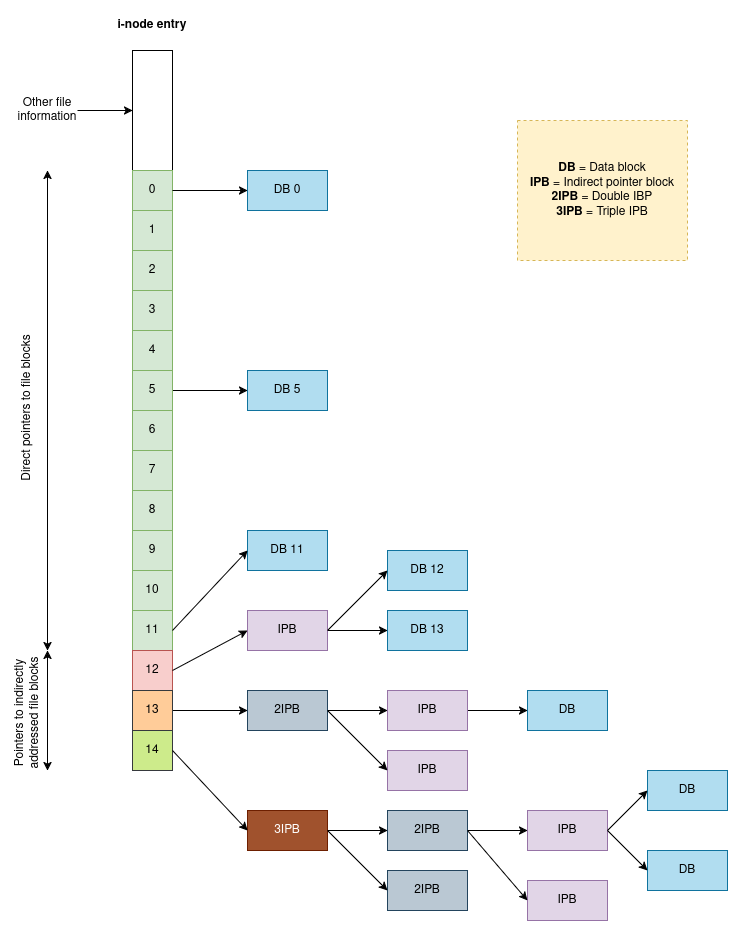
Above: docs/assets/etx2.drawio.png in da0p/GithubPage (draw.io), before the change. Source tidied: cells renumbered, new cells last; positions are measured from the earlier drawing's top-left corner, leaving out a move shared by most shapes. Source of this version:
```xml
<mxGraphModel>
  <root>
    <mxCell id="0" />
    <mxCell id="1" parent="0" />
    <mxCell id="2" style="rounded=0;whiteSpace=wrap;html=1;" parent="1" vertex="1">
      <mxGeometry x="185" y="40" width="40" height="120" as="geometry" />
    </mxCell>
    <mxCell id="3" value="&lt;b&gt;i-node entry&lt;/b&gt;" style="text;html=1;align=center;verticalAlign=middle;whiteSpace=wrap;rounded=0;" parent="1" vertex="1">
      <mxGeometry x="160" width="90" height="30" as="geometry" />
    </mxCell>
    <mxCell id="4" style="edgeStyle=orthogonalEdgeStyle;rounded=0;jettySize=auto;html=1;entryX=0;entryY=0.5;entryDx=0;entryDy=0;" parent="1" edge="1" source="5" target="2">
      <mxGeometry relative="1" as="geometry" />
    </mxCell>
    <mxCell id="5" value="Other file information" style="text;html=1;align=center;verticalAlign=middle;whiteSpace=wrap;rounded=0;" parent="1" vertex="1">
      <mxGeometry x="70" y="85" width="60" height="30" as="geometry" />
    </mxCell>
    <mxCell id="6" value="0" style="rounded=0;whiteSpace=wrap;html=1;fillColor=#d5e8d4;strokeColor=#82b366;" parent="1" vertex="1">
      <mxGeometry x="185" y="160" width="40" height="40" as="geometry" />
    </mxCell>
    <mxCell id="7" value="1" style="rounded=0;whiteSpace=wrap;html=1;fillColor=#d5e8d4;strokeColor=#82b366;" parent="1" vertex="1">
      <mxGeometry x="185" y="200" width="40" height="40" as="geometry" />
    </mxCell>
    <mxCell id="8" value="2" style="rounded=0;whiteSpace=wrap;html=1;fillColor=#d5e8d4;strokeColor=#82b366;" parent="1" vertex="1">
      <mxGeometry x="185" y="240" width="40" height="40" as="geometry" />
    </mxCell>
    <mxCell id="9" value="3" style="rounded=0;whiteSpace=wrap;html=1;fillColor=#d5e8d4;strokeColor=#82b366;" parent="1" vertex="1">
      <mxGeometry x="185" y="280" width="40" height="40" as="geometry" />
    </mxCell>
    <mxCell id="10" value="4" style="rounded=0;whiteSpace=wrap;html=1;fillColor=#d5e8d4;strokeColor=#82b366;" parent="1" vertex="1">
      <mxGeometry x="185" y="320" width="40" height="40" as="geometry" />
    </mxCell>
    <mxCell id="11" style="edgeStyle=orthogonalEdgeStyle;rounded=0;jettySize=auto;html=1;exitX=1;exitY=0.5;exitDx=0;exitDy=0;entryX=0;entryY=0.5;entryDx=0;entryDy=0;" parent="1" edge="1" source="12" target="24">
      <mxGeometry relative="1" as="geometry" />
    </mxCell>
    <mxCell id="12" value="5" style="rounded=0;whiteSpace=wrap;html=1;fillColor=#d5e8d4;strokeColor=#82b366;" parent="1" vertex="1">
      <mxGeometry x="185" y="360" width="40" height="40" as="geometry" />
    </mxCell>
    <mxCell id="13" value="6" style="rounded=0;whiteSpace=wrap;html=1;fillColor=#d5e8d4;strokeColor=#82b366;" parent="1" vertex="1">
      <mxGeometry x="185" y="400" width="40" height="40" as="geometry" />
    </mxCell>
    <mxCell id="14" value="7" style="rounded=0;whiteSpace=wrap;html=1;fillColor=#d5e8d4;strokeColor=#82b366;" parent="1" vertex="1">
      <mxGeometry x="185" y="440" width="40" height="40" as="geometry" />
    </mxCell>
    <mxCell id="15" value="8" style="rounded=0;whiteSpace=wrap;html=1;fillColor=#d5e8d4;strokeColor=#82b366;" parent="1" vertex="1">
      <mxGeometry x="185" y="480" width="40" height="40" as="geometry" />
    </mxCell>
    <mxCell id="16" value="9" style="rounded=0;whiteSpace=wrap;html=1;fillColor=#d5e8d4;strokeColor=#82b366;" parent="1" vertex="1">
      <mxGeometry x="185" y="520" width="40" height="40" as="geometry" />
    </mxCell>
    <mxCell id="17" value="10" style="rounded=0;whiteSpace=wrap;html=1;fillColor=#d5e8d4;strokeColor=#82b366;" parent="1" vertex="1">
      <mxGeometry x="185" y="560" width="40" height="40" as="geometry" />
    </mxCell>
    <mxCell id="18" value="11" style="rounded=0;whiteSpace=wrap;html=1;fillColor=#d5e8d4;strokeColor=#82b366;" parent="1" vertex="1">
      <mxGeometry x="185" y="600" width="40" height="40" as="geometry" />
    </mxCell>
    <mxCell id="19" value="12" style="rounded=0;whiteSpace=wrap;html=1;fillColor=#f8cecc;strokeColor=#b85450;" parent="1" vertex="1">
      <mxGeometry x="185" y="640" width="40" height="40" as="geometry" />
    </mxCell>
    <mxCell id="20" style="edgeStyle=orthogonalEdgeStyle;rounded=0;jettySize=auto;html=1;exitX=1;exitY=0.5;exitDx=0;exitDy=0;entryX=0;entryY=0.5;entryDx=0;entryDy=0;" parent="1" edge="1" source="21" target="39">
      <mxGeometry relative="1" as="geometry" />
    </mxCell>
    <mxCell id="21" value="13" style="rounded=0;whiteSpace=wrap;html=1;fillColor=#ffcc99;strokeColor=#36393d;" parent="1" vertex="1">
      <mxGeometry x="185" y="680" width="40" height="40" as="geometry" />
    </mxCell>
    <mxCell id="22" value="14" style="rounded=0;whiteSpace=wrap;html=1;fillColor=#cdeb8b;strokeColor=#36393d;" parent="1" vertex="1">
      <mxGeometry x="185" y="720" width="40" height="40" as="geometry" />
    </mxCell>
    <mxCell id="23" value="DB 0" style="rounded=0;whiteSpace=wrap;html=1;fillColor=#b1ddf0;strokeColor=#10739e;" parent="1" vertex="1">
      <mxGeometry x="300" y="160" width="80" height="40" as="geometry" />
    </mxCell>
    <mxCell id="24" value="DB 5" style="rounded=0;whiteSpace=wrap;html=1;fillColor=#b1ddf0;strokeColor=#10739e;" parent="1" vertex="1">
      <mxGeometry x="300" y="360" width="80" height="40" as="geometry" />
    </mxCell>
    <mxCell id="25" value="DB 11" style="rounded=0;whiteSpace=wrap;html=1;fillColor=#b1ddf0;strokeColor=#10739e;" parent="1" vertex="1">
      <mxGeometry x="300" y="520" width="80" height="40" as="geometry" />
    </mxCell>
    <mxCell id="26" style="endArrow=classic;html=1;rounded=0;exitX=1;exitY=0.5;exitDx=0;exitDy=0;entryX=0;entryY=0.5;entryDx=0;entryDy=0;" parent="1" edge="1" source="6" target="23">
      <mxGeometry relative="1" as="geometry" />
    </mxCell>
    <mxCell id="27" style="endArrow=classic;html=1;rounded=0;exitX=1;exitY=0.5;exitDx=0;exitDy=0;entryX=0;entryY=0.5;entryDx=0;entryDy=0;" parent="1" edge="1" source="18" target="25">
      <mxGeometry relative="1" as="geometry" />
    </mxCell>
    <mxCell id="28" style="endArrow=classic;startArrow=classic;html=1;rounded=0;" parent="1" edge="1">
      <mxGeometry relative="1" as="geometry">
        <mxPoint x="100" y="640" as="sourcePoint" />
        <mxPoint x="100" y="160" as="targetPoint" />
      </mxGeometry>
    </mxCell>
    <mxCell id="29" value="Direct pointers to file blocks" style="text;html=1;align=center;verticalAlign=middle;whiteSpace=wrap;rounded=0;rotation=-90;" parent="1" vertex="1">
      <mxGeometry y="380" width="160" height="35" as="geometry" />
    </mxCell>
    <mxCell id="30" style="endArrow=classic;startArrow=classic;html=1;rounded=0;" parent="1" edge="1">
      <mxGeometry relative="1" as="geometry">
        <mxPoint x="100" y="640" as="sourcePoint" />
        <mxPoint x="100" y="760" as="targetPoint" />
      </mxGeometry>
    </mxCell>
    <mxCell id="31" value="Pointers to indirectly addressed file blocks" style="text;html=1;align=center;verticalAlign=middle;whiteSpace=wrap;rounded=0;rotation=-90;" parent="1" vertex="1">
      <mxGeometry y="685" width="160" height="35" as="geometry" />
    </mxCell>
    <mxCell id="32" style="edgeStyle=orthogonalEdgeStyle;rounded=0;jettySize=auto;html=1;exitX=1;exitY=0.5;exitDx=0;exitDy=0;entryX=0;entryY=0.5;entryDx=0;entryDy=0;" parent="1" edge="1" source="33" target="36">
      <mxGeometry relative="1" as="geometry" />
    </mxCell>
    <mxCell id="33" value="IPB" style="rounded=0;whiteSpace=wrap;html=1;fillColor=#e1d5e7;strokeColor=#9673a6;" parent="1" vertex="1">
      <mxGeometry x="300" y="600" width="80" height="40" as="geometry" />
    </mxCell>
    <mxCell id="34" style="endArrow=classic;html=1;rounded=0;exitX=1;exitY=0.5;exitDx=0;exitDy=0;entryX=0;entryY=0.5;entryDx=0;entryDy=0;" parent="1" edge="1" source="19" target="33">
      <mxGeometry relative="1" as="geometry" />
    </mxCell>
    <mxCell id="35" value="DB 12" style="rounded=0;whiteSpace=wrap;html=1;fillColor=#b1ddf0;strokeColor=#10739e;" parent="1" vertex="1">
      <mxGeometry x="440" y="540" width="80" height="40" as="geometry" />
    </mxCell>
    <mxCell id="36" value="DB 13" style="rounded=0;whiteSpace=wrap;html=1;fillColor=#b1ddf0;strokeColor=#10739e;" parent="1" vertex="1">
      <mxGeometry x="440" y="600" width="80" height="40" as="geometry" />
    </mxCell>
    <mxCell id="37" style="endArrow=classic;html=1;rounded=0;exitX=1;exitY=0.5;exitDx=0;exitDy=0;entryX=0;entryY=0.5;entryDx=0;entryDy=0;" parent="1" edge="1" source="33" target="35">
      <mxGeometry relative="1" as="geometry" />
    </mxCell>
    <mxCell id="38" style="edgeStyle=orthogonalEdgeStyle;rounded=0;jettySize=auto;html=1;exitX=1;exitY=0.5;exitDx=0;exitDy=0;entryX=0;entryY=0.5;entryDx=0;entryDy=0;" parent="1" edge="1" source="39" target="41">
      <mxGeometry relative="1" as="geometry" />
    </mxCell>
    <mxCell id="39" value="2IPB" style="rounded=0;whiteSpace=wrap;html=1;fillColor=#bac8d3;strokeColor=#23445d;" parent="1" vertex="1">
      <mxGeometry x="300" y="680" width="80" height="40" as="geometry" />
    </mxCell>
    <mxCell id="40" style="edgeStyle=orthogonalEdgeStyle;rounded=0;jettySize=auto;html=1;exitX=1;exitY=0.5;exitDx=0;exitDy=0;entryX=0;entryY=0.5;entryDx=0;entryDy=0;" parent="1" edge="1" source="41" target="44">
      <mxGeometry relative="1" as="geometry" />
    </mxCell>
    <mxCell id="41" value="IPB" style="rounded=0;whiteSpace=wrap;html=1;fillColor=#e1d5e7;strokeColor=#9673a6;" parent="1" vertex="1">
      <mxGeometry x="440" y="680" width="80" height="40" as="geometry" />
    </mxCell>
    <mxCell id="42" value="IPB" style="rounded=0;whiteSpace=wrap;html=1;fillColor=#e1d5e7;strokeColor=#9673a6;" parent="1" vertex="1">
      <mxGeometry x="440" y="740" width="80" height="40" as="geometry" />
    </mxCell>
    <mxCell id="43" style="endArrow=classic;html=1;rounded=0;exitX=1;exitY=0.5;exitDx=0;exitDy=0;entryX=0;entryY=0.5;entryDx=0;entryDy=0;" parent="1" edge="1" source="39" target="42">
      <mxGeometry relative="1" as="geometry" />
    </mxCell>
    <mxCell id="44" value="DB" style="rounded=0;whiteSpace=wrap;html=1;fillColor=#b1ddf0;strokeColor=#10739e;" parent="1" vertex="1">
      <mxGeometry x="580" y="680" width="80" height="40" as="geometry" />
    </mxCell>
    <mxCell id="45" style="edgeStyle=orthogonalEdgeStyle;rounded=0;jettySize=auto;html=1;exitX=1;exitY=0.5;exitDx=0;exitDy=0;entryX=0;entryY=0.5;entryDx=0;entryDy=0;" parent="1" edge="1" source="46" target="48">
      <mxGeometry relative="1" as="geometry" />
    </mxCell>
    <mxCell id="46" value="3IPB" style="rounded=0;whiteSpace=wrap;html=1;fillColor=#a0522d;fontColor=#ffffff;strokeColor=#6D1F00;" parent="1" vertex="1">
      <mxGeometry x="300" y="800" width="80" height="40" as="geometry" />
    </mxCell>
    <mxCell id="47" style="edgeStyle=orthogonalEdgeStyle;rounded=0;jettySize=auto;html=1;exitX=1;exitY=0.5;exitDx=0;exitDy=0;entryX=0;entryY=0.5;entryDx=0;entryDy=0;" parent="1" edge="1" source="48" target="50">
      <mxGeometry relative="1" as="geometry" />
    </mxCell>
    <mxCell id="48" value="2IPB" style="rounded=0;whiteSpace=wrap;html=1;fillColor=#bac8d3;strokeColor=#23445d;" parent="1" vertex="1">
      <mxGeometry x="440" y="800" width="80" height="40" as="geometry" />
    </mxCell>
    <mxCell id="49" value="2IPB" style="rounded=0;whiteSpace=wrap;html=1;fillColor=#bac8d3;strokeColor=#23445d;" parent="1" vertex="1">
      <mxGeometry x="440" y="860" width="80" height="40" as="geometry" />
    </mxCell>
    <mxCell id="50" value="IPB" style="rounded=0;whiteSpace=wrap;html=1;fillColor=#e1d5e7;strokeColor=#9673a6;" parent="1" vertex="1">
      <mxGeometry x="580" y="800" width="80" height="40" as="geometry" />
    </mxCell>
    <mxCell id="51" value="IPB" style="rounded=0;whiteSpace=wrap;html=1;fillColor=#e1d5e7;strokeColor=#9673a6;" parent="1" vertex="1">
      <mxGeometry x="580" y="870" width="80" height="40" as="geometry" />
    </mxCell>
    <mxCell id="52" value="DB" style="rounded=0;whiteSpace=wrap;html=1;fillColor=#b1ddf0;strokeColor=#10739e;" parent="1" vertex="1">
      <mxGeometry x="700" y="760" width="80" height="40" as="geometry" />
    </mxCell>
    <mxCell id="53" value="DB" style="rounded=0;whiteSpace=wrap;html=1;fillColor=#b1ddf0;strokeColor=#10739e;" parent="1" vertex="1">
      <mxGeometry x="700" y="840" width="80" height="40" as="geometry" />
    </mxCell>
    <mxCell id="54" style="endArrow=classic;html=1;rounded=0;exitX=1;exitY=0.5;exitDx=0;exitDy=0;entryX=0;entryY=0.5;entryDx=0;entryDy=0;" parent="1" edge="1" source="46" target="49">
      <mxGeometry relative="1" as="geometry" />
    </mxCell>
    <mxCell id="55" style="endArrow=classic;html=1;rounded=0;entryX=0;entryY=0.5;entryDx=0;entryDy=0;exitX=1;exitY=0.5;exitDx=0;exitDy=0;" parent="1" edge="1" source="48" target="51">
      <mxGeometry relative="1" as="geometry" />
    </mxCell>
    <mxCell id="56" style="endArrow=classic;html=1;rounded=0;entryX=0;entryY=0.5;entryDx=0;entryDy=0;exitX=1;exitY=0.5;exitDx=0;exitDy=0;" parent="1" edge="1" source="50" target="52">
      <mxGeometry relative="1" as="geometry" />
    </mxCell>
    <mxCell id="57" style="endArrow=classic;html=1;rounded=0;entryX=0;entryY=0.5;entryDx=0;entryDy=0;exitX=1;exitY=0.5;exitDx=0;exitDy=0;" parent="1" edge="1" source="50" target="53">
      <mxGeometry relative="1" as="geometry" />
    </mxCell>
    <mxCell id="58" value="&lt;div&gt;&lt;b&gt;DB&lt;/b&gt; = Data block&lt;/div&gt;&lt;div&gt;&lt;b&gt;IPB &lt;/b&gt;= Indirect pointer block&lt;/div&gt;&lt;div&gt;&lt;b&gt;2IPB &lt;/b&gt;= Double IBP&lt;/div&gt;&lt;div&gt;&lt;b&gt;3IPB&lt;/b&gt; = Triple IPB&lt;/div&gt;" style="rounded=0;whiteSpace=wrap;html=1;fillColor=#fff2cc;strokeColor=#d6b656;dashed=1;align=center;" parent="1" vertex="1">
      <mxGeometry x="570" y="110" width="170" height="140" as="geometry" />
    </mxCell>
    <mxCell id="59" style="endArrow=classic;html=1;rounded=0;exitX=1;exitY=0.5;exitDx=0;exitDy=0;entryX=0;entryY=0.5;entryDx=0;entryDy=0;" parent="1" edge="1" source="22" target="46">
      <mxGeometry relative="1" as="geometry" />
    </mxCell>
  </root>
</mxGraphModel>
```
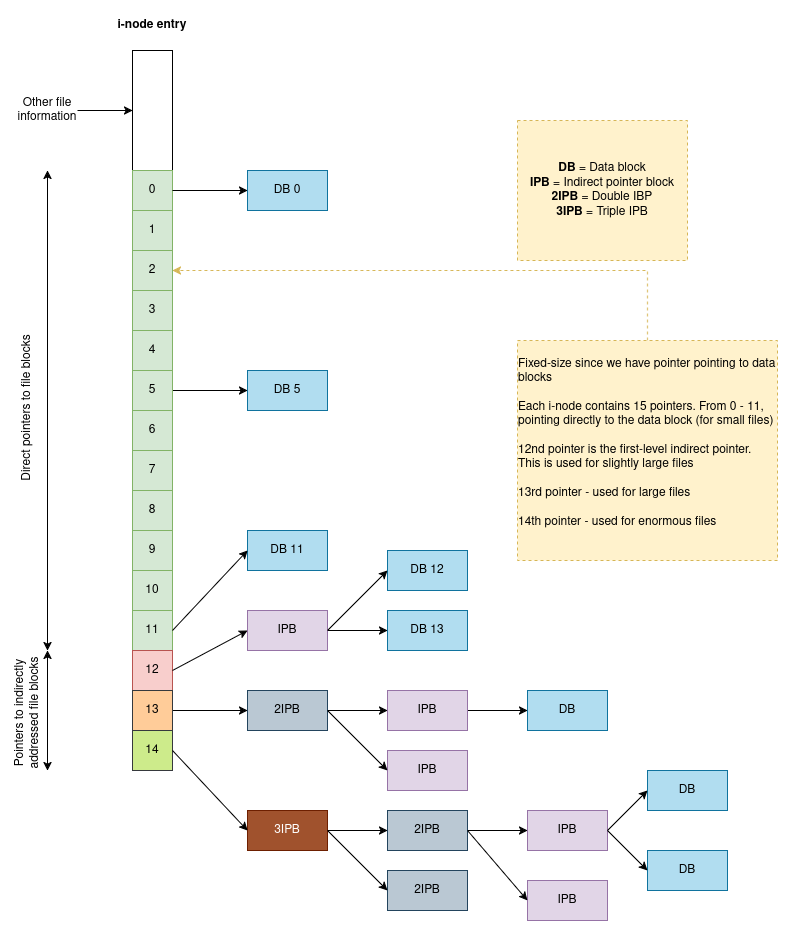
The same diagram one commit later.

What changed in the source:
```diff
@@ -182,5 +182,11 @@
     <mxCell id="59" style="endArrow=classic;html=1;rounded=0;exitX=1;exitY=0.5;exitDx=0;exitDy=0;entryX=0;entryY=0.5;entryDx=0;entryDy=0;" parent="1" edge="1" source="22" target="46">
       <mxGeometry relative="1" as="geometry" />
     </mxCell>
+    <mxCell id="60" style="edgeStyle=orthogonalEdgeStyle;rounded=0;jettySize=auto;html=1;exitX=0.5;exitY=0;exitDx=0;exitDy=0;entryX=1;entryY=0.5;entryDx=0;entryDy=0;dashed=1;fillColor=#fff2cc;strokeColor=#d6b656;" parent="1" edge="1" source="61" target="8">
+      <mxGeometry relative="1" as="geometry" />
+    </mxCell>
+    <mxCell id="61" value="&lt;div align=&quot;left&quot;&gt;Fixed-size since we have pointer pointing to data blocks&lt;/div&gt;&lt;div align=&quot;left&quot;&gt;&lt;br&gt;&lt;/div&gt;&lt;div align=&quot;left&quot;&gt;Each i-node contains 15 pointers. From 0 - 11, pointing directly to the data block (for small files)&lt;br&gt;&lt;br&gt;12nd pointer is the first-level indirect pointer. This is used for slightly large files&lt;br&gt;&lt;br&gt;13rd pointer - used for large files&lt;/div&gt;&lt;div align=&quot;left&quot;&gt;&lt;br&gt;&lt;/div&gt;&lt;div align=&quot;left&quot;&gt;14th pointer - used for enormous files&lt;/div&gt;&lt;div&gt;&lt;br&gt;&lt;/div&gt;" style="rounded=0;whiteSpace=wrap;html=1;dashed=1;fillColor=#fff2cc;strokeColor=#d6b656;" parent="1" vertex="1">
+      <mxGeometry x="570" y="330" width="260" height="220" as="geometry" />
+    </mxCell>
   </root>
 </mxGraphModel>
```
